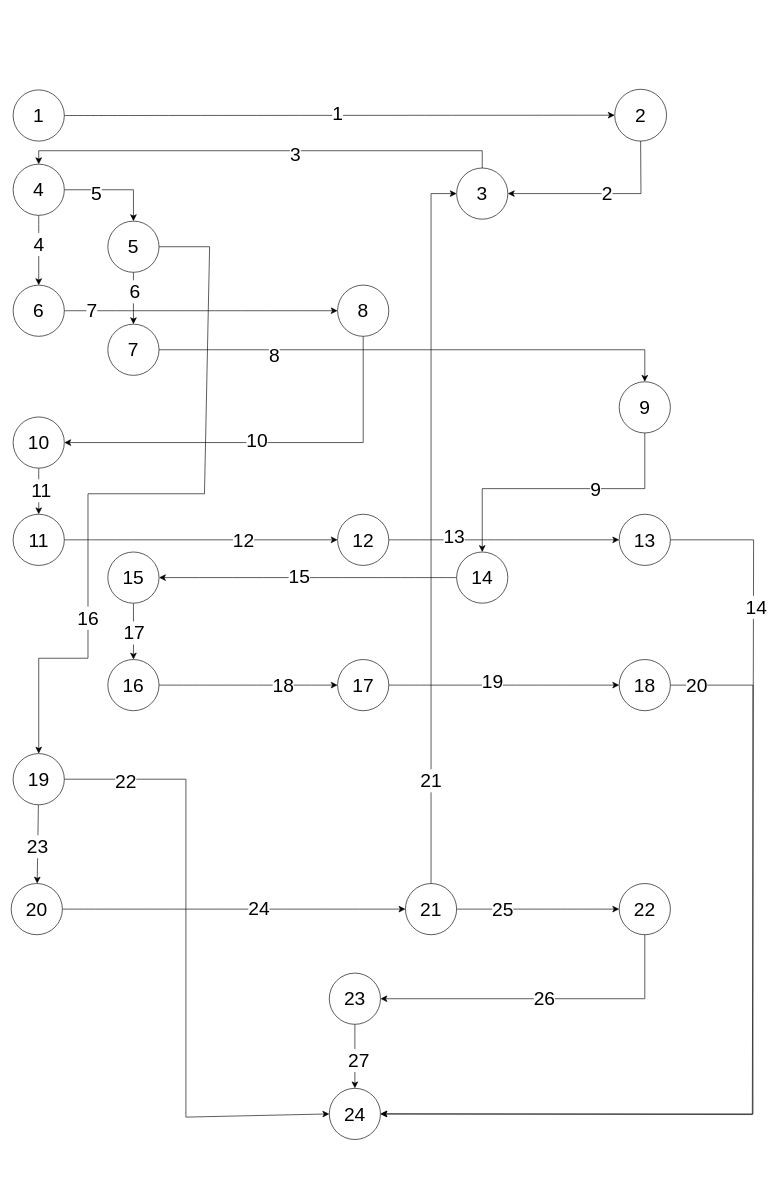
Above: page "Center Point" (3 of 5) of white box.drawio in AmirRazer/DrawIoErd (draw.io), before the change. Source tidied: cells renumbered, new cells numbered last; positions are measured from the earlier drawing's top-left corner, leaving out a move shared by most shapes. Both pictures are drawn from the tidied source at 64%, with x=0, y=0 at pixel (11, 89).
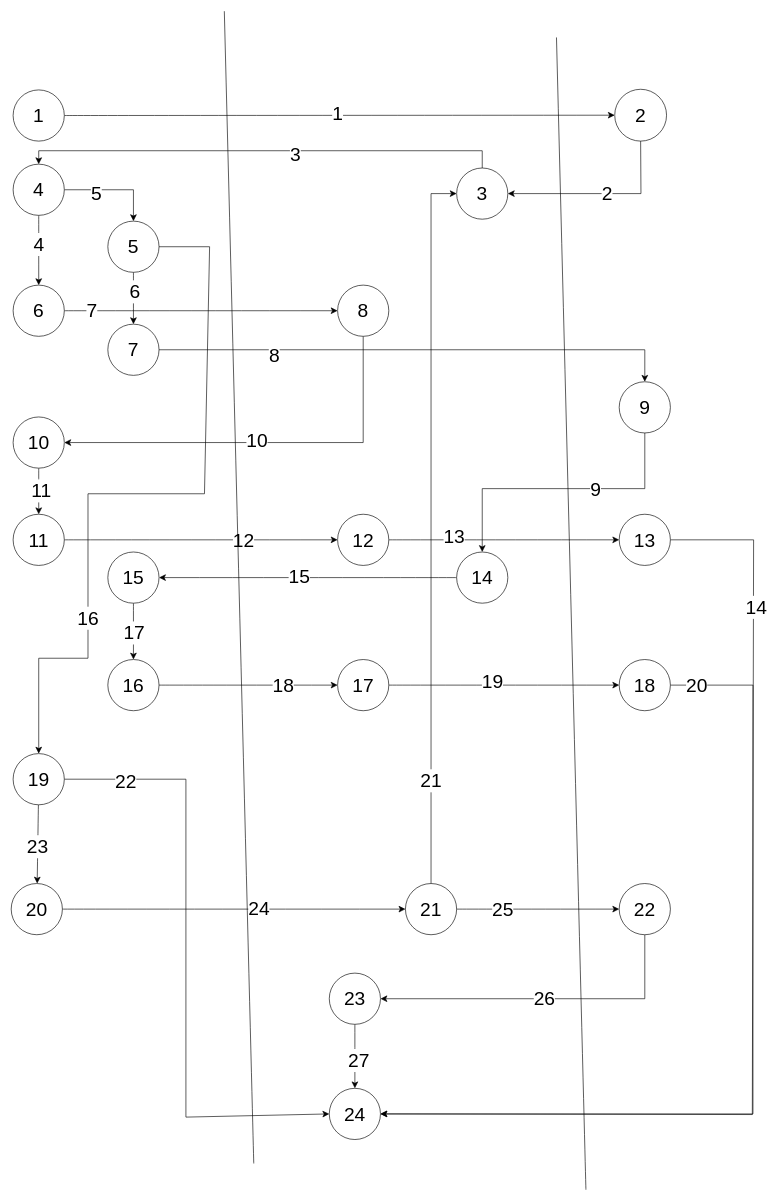
Above is the later version.

The edit, as a diff of the source:
```diff
@@
+    <mxCell id="79" style="endArrow=none;html=1;rounded=0;fontSize=12;startSize=8;endSize=8;curved=1;" parent="1" edge="1">
+      <mxGeometry relative="1" as="geometry">
+        <mxPoint x="898" y="1719.4" as="sourcePoint" />
+        <mxPoint x="852" y="-81" as="targetPoint" />
+      </mxGeometry>
+    </mxCell>
+    <mxCell id="80" style="endArrow=none;html=1;rounded=0;fontSize=12;startSize=8;endSize=8;curved=1;" parent="1" edge="1">
+      <mxGeometry relative="1" as="geometry">
+        <mxPoint x="379" y="1678.4" as="sourcePoint" />
+        <mxPoint x="333" y="-122" as="targetPoint" />
+      </mxGeometry>
+    </mxCell>
```
